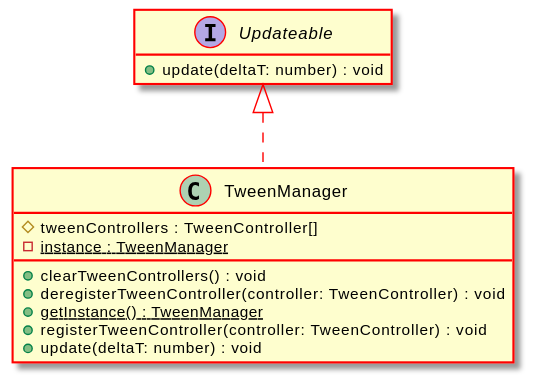
Earlier version of the PlantUML export docs/api/assets/TweenManager-umlClassDiagram-5522.svg (Test123938/Test2).
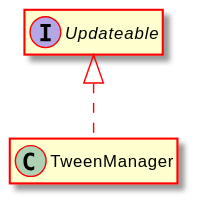
Above is the later version.

The edit, as a diff of the source:
```diff
@@ -5,16 +5,8 @@
 hide empty methods
 hide empty fields
 class "TweenManager" {
-    #tweenControllers : TweenController[]
-    {static} -instance : TweenManager
-    +clearTweenControllers() : void
-    +deregisterTweenController(controller: TweenController) : void
-    {static} +getInstance() : TweenManager
-    +registerTweenController(controller: TweenController) : void
-    +update(deltaT: number) : void
 }
 interface "Updateable" {
-    +update(deltaT: number) : void
 }
 "Updateable" <|.. "TweenManager"
 @enduml
```
